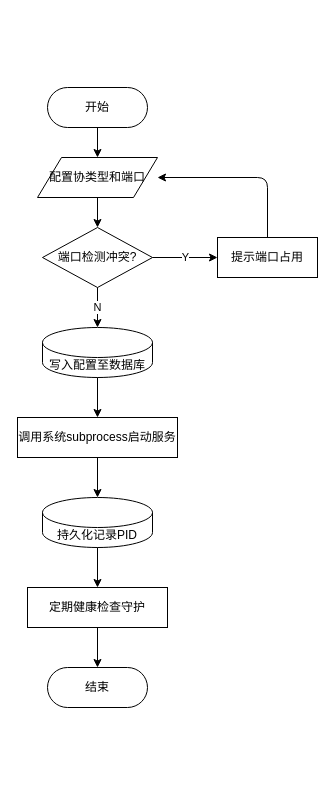
Earlier version of the draw.io diagram 论文/图/标准流程图/蜜罐部署模块流程图.drawio (1290288259/miguan). Source tidied: cells renumbered, new cells numbered last; positions are measured from the earlier drawing's top-left corner, leaving out a move shared by most shapes. Both pictures are drawn from the tidied source at 100%, with x=0, y=0 at pixel (17, 87).
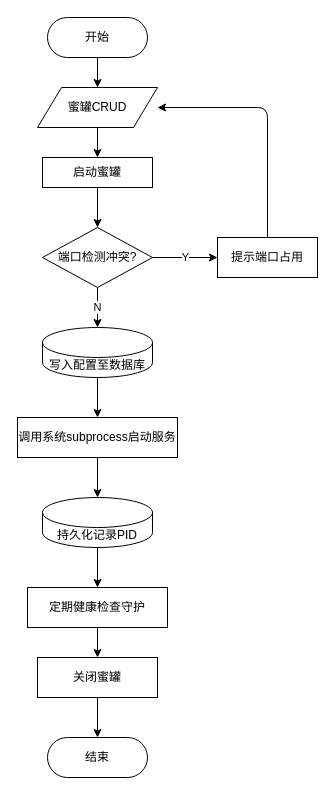
The same diagram, later.

The change refers to these unchanged cells:
```xml
<mxCell id="4" value="端口检测冲突?" style="rhombus;whiteSpace=wrap;html=1;" parent="1" vertex="1">
  <mxGeometry x="25" y="140" width="110" height="60" as="geometry" />
</mxCell>
<mxCell id="9" value="定期健康检查守护" style="rounded=0;whiteSpace=wrap;html=1;" parent="1" vertex="1">
  <mxGeometry x="10" y="500" width="140" height="40" as="geometry" />
</mxCell>
```

Change to the diagram source:
```diff
@@
     <mxCell id="2" value="开始" style="rounded=1;whiteSpace=wrap;html=1;arcSize=50;" parent="1" vertex="1">
-      <mxGeometry x="30" width="100" height="40" as="geometry" />
+      <mxGeometry x="30" y="-70" width="100" height="40" as="geometry" />
     </mxCell>
-    <mxCell id="3" value="配置协类型和端口" style="shape=parallelogram;whiteSpace=wrap;html=1;" parent="1" vertex="1">
-      <mxGeometry x="20" y="70" width="120" height="40" as="geometry" />
+    <mxCell id="3" value="蜜罐CRUD" style="shape=parallelogram;whiteSpace=wrap;html=1;" parent="1" vertex="1">
+      <mxGeometry x="20" width="120" height="40" as="geometry" />
     </mxCell>
@@
     <mxCell id="10" value="结束" style="rounded=1;whiteSpace=wrap;html=1;arcSize=50;" parent="1" vertex="1">
-      <mxGeometry x="30" y="580" width="100" height="40" as="geometry" />
+      <mxGeometry x="30" y="650" width="100" height="40" as="geometry" />
     </mxCell>
@@
-    <mxCell id="12" style="endArrow=classic;html=1;exitX=0.5;exitY=1;entryX=0.5;entryY=0;" parent="1" edge="1" source="3" target="4">
-      <mxGeometry relative="1" as="geometry" />
+    <mxCell id="12" style="endArrow=classic;html=1;exitX=0.5;exitY=1;entryX=0.5;entryY=0;" parent="1" edge="1" source="3">
+      <mxGeometry relative="1" as="geometry">
+        <mxPoint x="80" y="70" as="targetPoint" />
+      </mxGeometry>
     </mxCell>
@@
-    <mxCell id="19" style="endArrow=classic;html=1;exitX=0.5;exitY=1;entryX=0.5;entryY=0;" parent="1" edge="1" source="9" target="10">
+    <mxCell id="19" style="endArrow=classic;html=1;exitX=0.5;exitY=1;entryX=0.5;entryY=0;entryDx=0;entryDy=0;" parent="1" edge="1" source="9" target="23">
       <mxGeometry relative="1" as="geometry" />
     </mxCell>
+    <mxCell id="20" style="edgeStyle=orthogonalEdgeStyle;rounded=0;jettySize=auto;html=1;" parent="1" edge="1" source="21" target="4">
+      <mxGeometry relative="1" as="geometry" />
+    </mxCell>
+    <mxCell id="21" value="启动蜜罐" style="rounded=0;whiteSpace=wrap;html=1;" parent="1" vertex="1">
+      <mxGeometry x="25" y="70" width="110" height="30" as="geometry" />
+    </mxCell>
+    <mxCell id="22" style="edgeStyle=orthogonalEdgeStyle;rounded=0;jettySize=auto;html=1;entryX=0.5;entryY=0;entryDx=0;entryDy=0;" parent="1" edge="1" source="23" target="10">
+      <mxGeometry relative="1" as="geometry" />
+    </mxCell>
+    <mxCell id="23" value="关闭蜜罐" style="rounded=0;whiteSpace=wrap;html=1;" parent="1" vertex="1">
+      <mxGeometry x="20" y="570" width="120" height="40" as="geometry" />
+    </mxCell>
```
